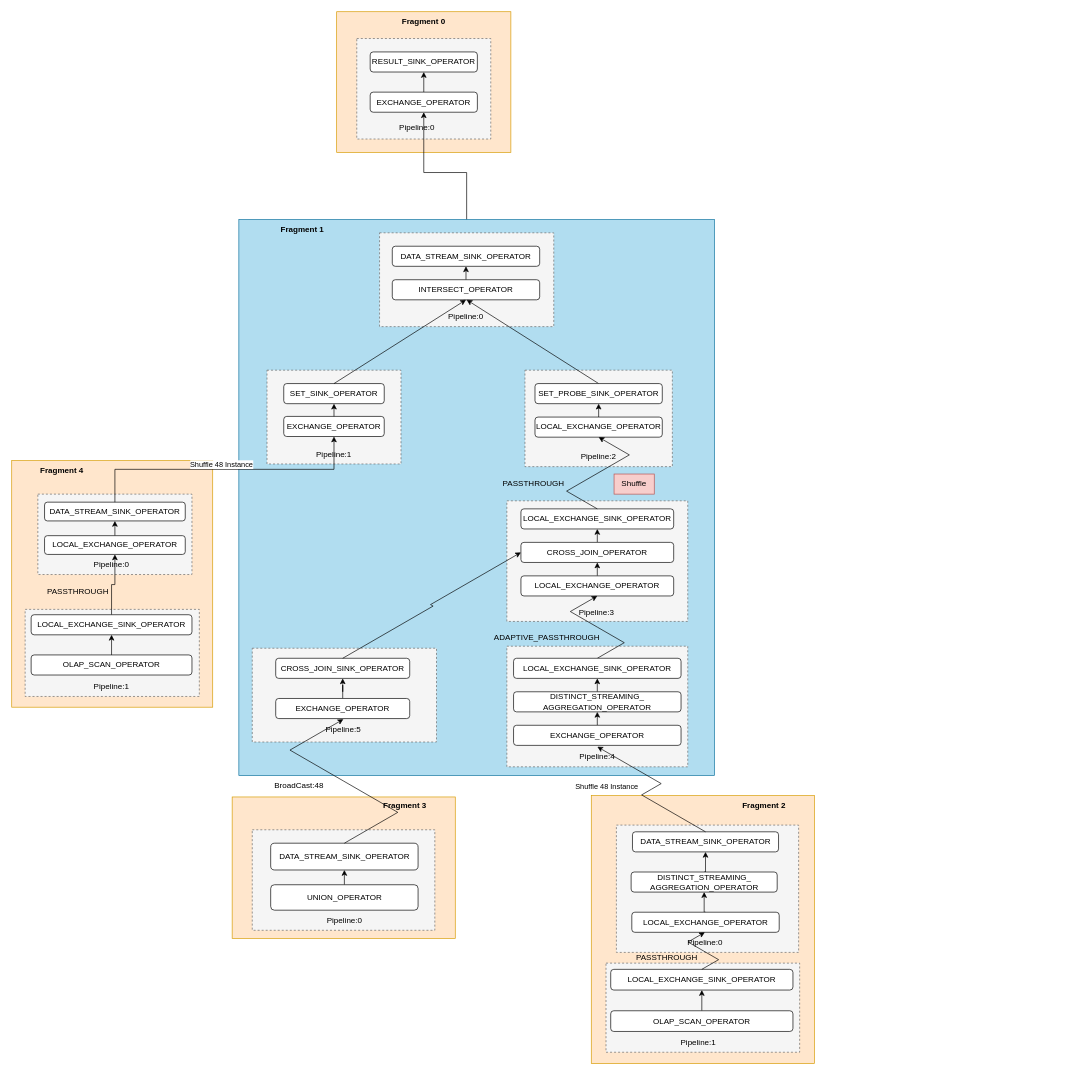
The draw.io diagram Doris_pipeline.drawio in kingstar158/HelloWorld, before the edit. Source tidied: cells renumbered, new cells numbered last; positions are measured from the earlier drawing's top-left corner, leaving out a move shared by most shapes. Both pictures are drawn from the tidied source at 67%, with x=0, y=0 at pixel (11, 11).
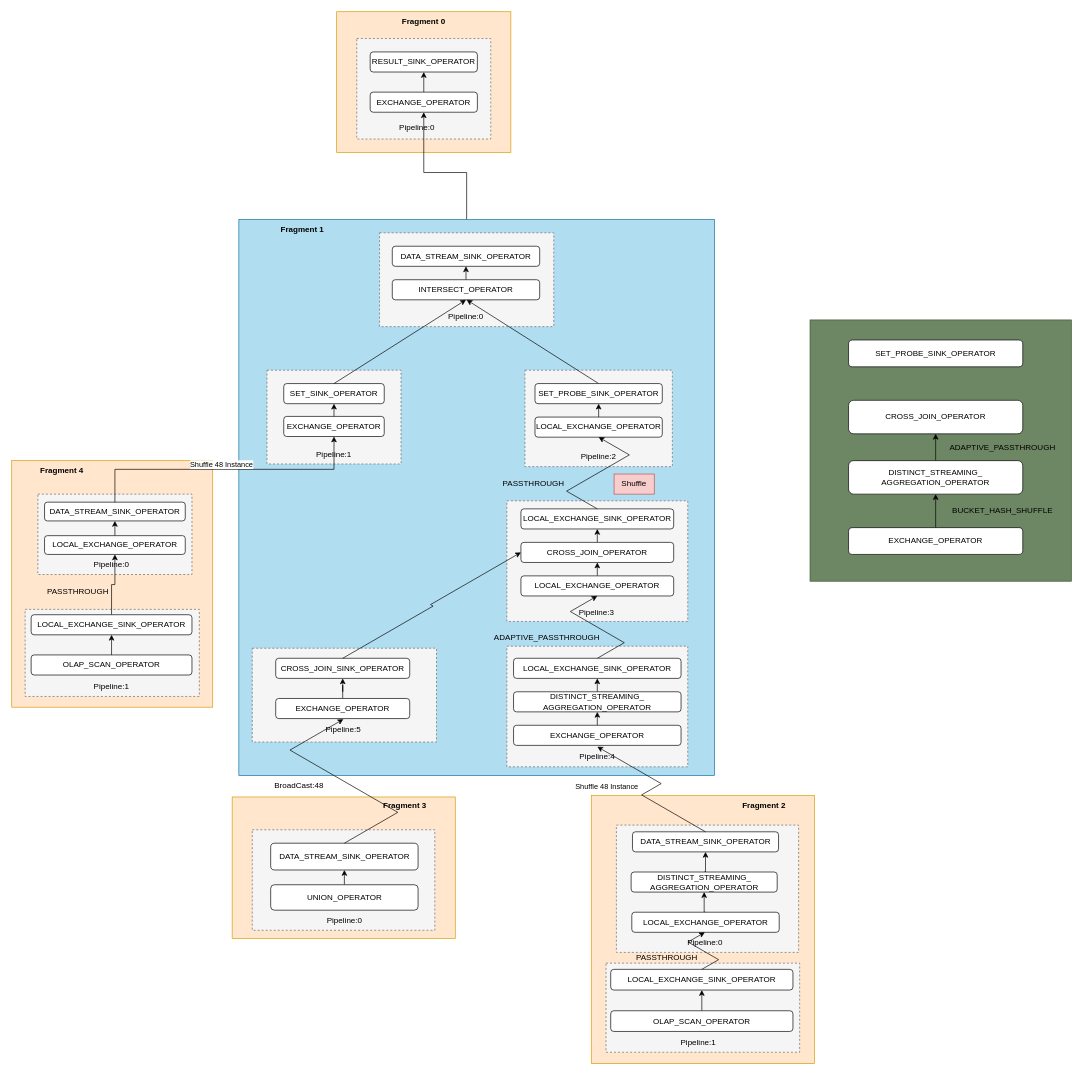
The same diagram, later.

The edit, as a diff of the source:
```diff
@@
+    <mxCell id="106" style="whiteSpace=wrap;html=1;fillColor=#6d8764;strokeColor=#3A5431;fontColor=#ffffff;" parent="1" vertex="1">
+      <mxGeometry x="1191.5" y="460" width="390" height="390" as="geometry" />
+    </mxCell>
+    <mxCell id="107" value="SET_PROBE_SINK_OPERATOR" style="rounded=1;whiteSpace=wrap;html=1;" parent="1" vertex="1">
+      <mxGeometry x="1249" y="490" width="260" height="40" as="geometry" />
+    </mxCell>
+    <mxCell id="108" value="CROSS_JOIN_OPERATOR" style="rounded=1;whiteSpace=wrap;html=1;" parent="1" vertex="1">
+      <mxGeometry x="1249" y="580" width="260" height="50" as="geometry" />
+    </mxCell>
+    <mxCell id="109" style="edgeStyle=orthogonalEdgeStyle;rounded=0;jettySize=auto;html=1;exitX=0.5;exitY=0;exitDx=0;exitDy=0;entryX=0.5;entryY=1;entryDx=0;entryDy=0;" parent="1" edge="1" source="110" target="108">
+      <mxGeometry relative="1" as="geometry" />
+    </mxCell>
+    <mxCell id="110" value="DISTINCT_STREAMING_&lt;div&gt;AGGREGATION_OPERATOR&lt;/div&gt;" style="rounded=1;whiteSpace=wrap;html=1;" parent="1" vertex="1">
+      <mxGeometry x="1249" y="670" width="260" height="50" as="geometry" />
+    </mxCell>
+    <mxCell id="111" style="edgeStyle=orthogonalEdgeStyle;rounded=0;jettySize=auto;html=1;exitX=0.5;exitY=0;exitDx=0;exitDy=0;entryX=0.5;entryY=1;entryDx=0;entryDy=0;" parent="1" edge="1" source="112" target="110">
+      <mxGeometry relative="1" as="geometry" />
+    </mxCell>
+    <mxCell id="112" value="EXCHANGE_OPERATOR" style="rounded=1;whiteSpace=wrap;html=1;" parent="1" vertex="1">
+      <mxGeometry x="1249" y="770" width="260" height="40" as="geometry" />
+    </mxCell>
+    <mxCell id="113" value="BUCKET_HASH_SHUFFLE" style="text;html=1;align=center;verticalAlign=middle;whiteSpace=wrap;rounded=0;" parent="1" vertex="1">
+      <mxGeometry x="1389" y="730" width="180" height="30" as="geometry" />
+    </mxCell>
+    <mxCell id="114" value="ADAPTIVE_PASSTHROUGH" style="text;html=1;align=center;verticalAlign=middle;whiteSpace=wrap;rounded=0;" parent="1" vertex="1">
+      <mxGeometry x="1389" y="635" width="180" height="30" as="geometry" />
+    </mxCell>
```
